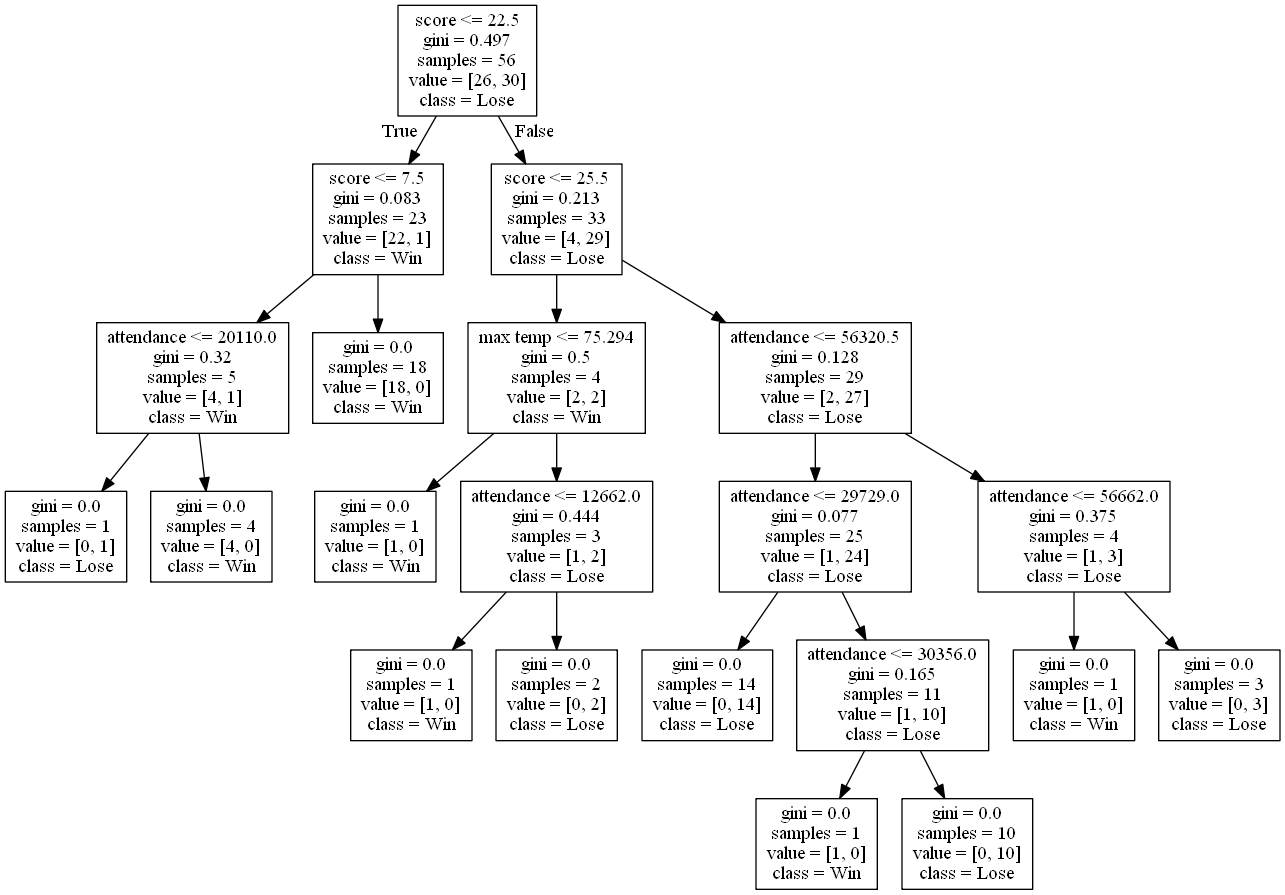
alexana-steck/CSE482Project keeps this Graphviz diagram as DecisionTrees/decision_tree_with_score11.png. Above is the earlier version. Its source is kept beside it as DecisionTrees/decision_tree_with_score11.dot.
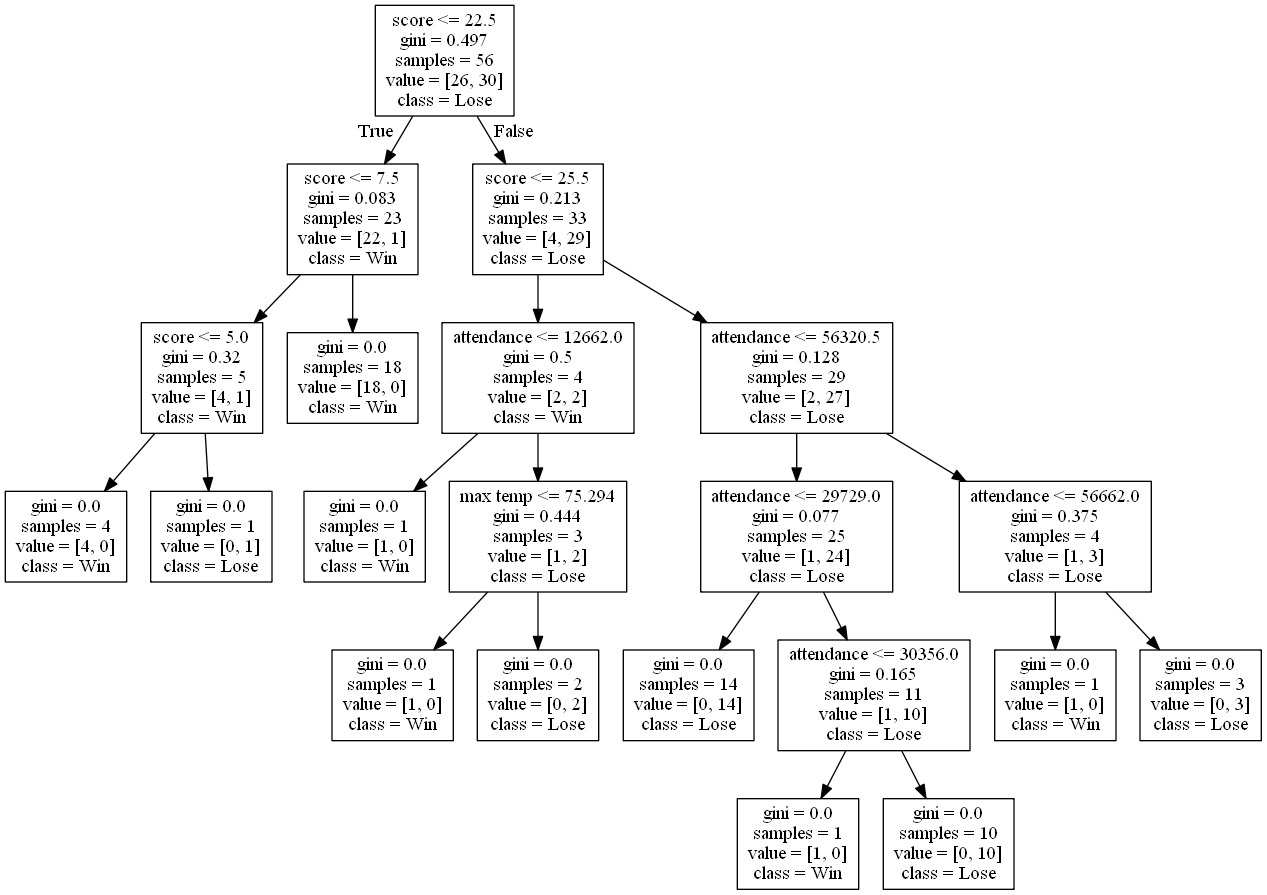
The same file after the commit.

What changed in the source:
```diff
@@ -3,21 +3,21 @@
 0 [label="score <= 22.5\ngini = 0.497\nsamples = 56\nvalue = [26, 30]\nclass = Lose"] ;
 1 [label="score <= 7.5\ngini = 0.083\nsamples = 23\nvalue = [22, 1]\nclass = Win"] ;
 0 -> 1 [labeldistance=2.5, labelangle=45, headlabel="True"] ;
-2 [label="attendance <= 20110.0\ngini = 0.32\nsamples = 5\nvalue = [4, 1]\nclass = Win"] ;
+2 [label="score <= 5.0\ngini = 0.32\nsamples = 5\nvalue = [4, 1]\nclass = Win"] ;
 1 -> 2 ;
-3 [label="gini = 0.0\nsamples = 1\nvalue = [0, 1]\nclass = Lose"] ;
+3 [label="gini = 0.0\nsamples = 4\nvalue = [4, 0]\nclass = Win"] ;
 2 -> 3 ;
-4 [label="gini = 0.0\nsamples = 4\nvalue = [4, 0]\nclass = Win"] ;
+4 [label="gini = 0.0\nsamples = 1\nvalue = [0, 1]\nclass = Lose"] ;
 2 -> 4 ;
 5 [label="gini = 0.0\nsamples = 18\nvalue = [18, 0]\nclass = Win"] ;
 1 -> 5 ;
 6 [label="score <= 25.5\ngini = 0.213\nsamples = 33\nvalue = [4, 29]\nclass = Lose"] ;
 0 -> 6 [labeldistance=2.5, labelangle=-45, headlabel="False"] ;
-7 [label="max temp <= 75.294\ngini = 0.5\nsamples = 4\nvalue = [2, 2]\nclass = Win"] ;
+7 [label="attendance <= 12662.0\ngini = 0.5\nsamples = 4\nvalue = [2, 2]\nclass = Win"] ;
 6 -> 7 ;
 8 [label="gini = 0.0\nsamples = 1\nvalue = [1, 0]\nclass = Win"] ;
 7 -> 8 ;
-9 [label="attendance <= 12662.0\ngini = 0.444\nsamples = 3\nvalue = [1, 2]\nclass = Lose"] ;
+9 [label="max temp <= 75.294\ngini = 0.444\nsamples = 3\nvalue = [1, 2]\nclass = Lose"] ;
 7 -> 9 ;
 10 [label="gini = 0.0\nsamples = 1\nvalue = [1, 0]\nclass = Win"] ;
 9 -> 10 ;
```
